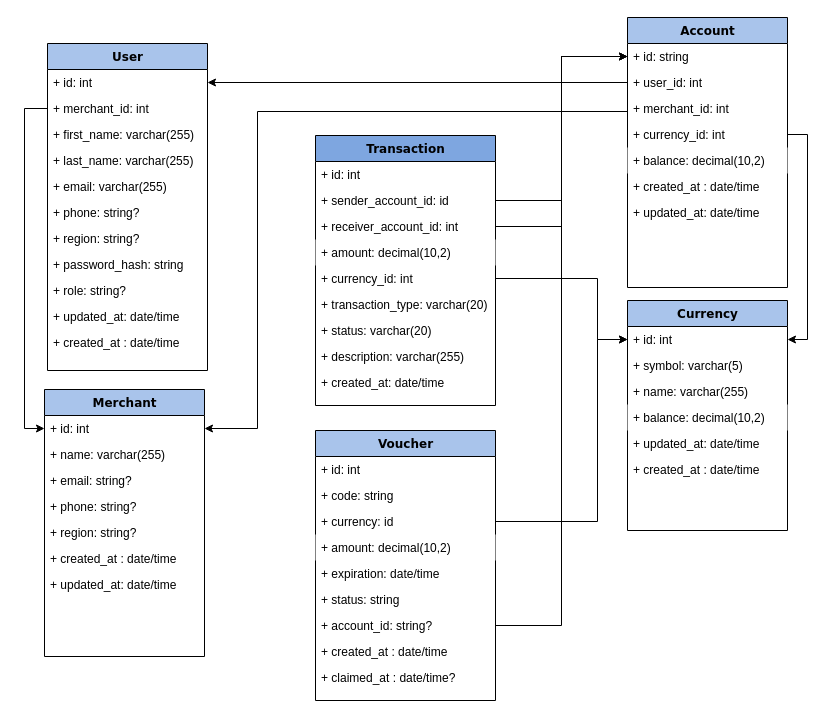
Above: docs/model.drawio in jsomville/open-CES (draw.io), before the change. Source tidied: cells renumbered, new cells numbered last; positions are measured from the earlier drawing's top-left corner, leaving out a move shared by most shapes. Both pictures are drawn from the tidied source at 100%, with x=0, y=0 at pixel (44, 17).
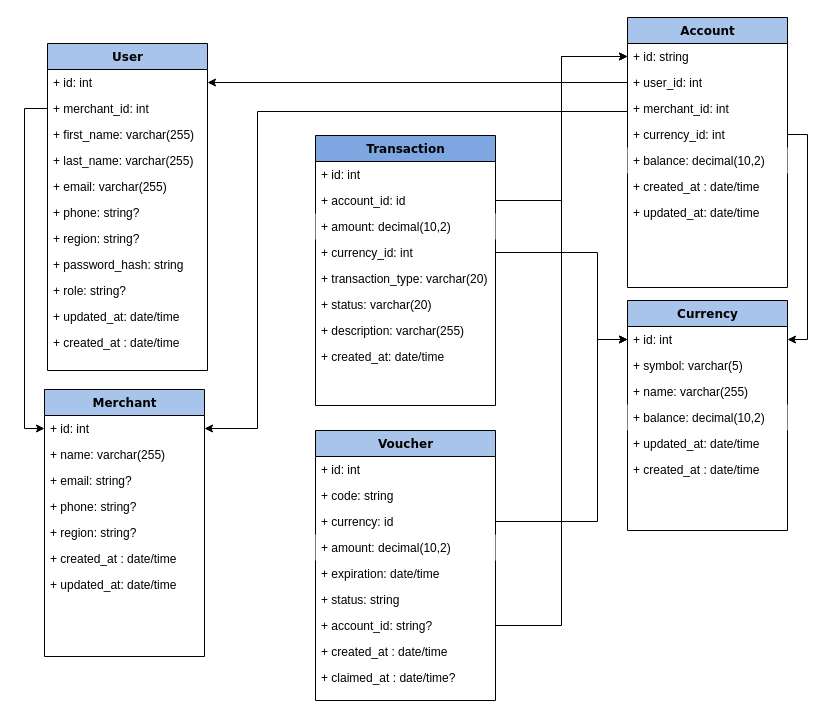
After the change.

Unchanged cells that the change refers to:
```xml
<mxCell id="15" value="+ id: int" style="text;html=1;strokeColor=none;fillColor=none;align=left;verticalAlign=top;spacingLeft=4;spacingRight=4;whiteSpace=wrap;overflow=hidden;points=[[0,0.5],[1,0.5]];portConstraint=eastwest;" parent="14" vertex="1">
  <mxGeometry y="26" width="160" height="26" as="geometry" />
</mxCell>
<mxCell id="22" value="+ id: string" style="text;html=1;strokeColor=none;fillColor=none;align=left;verticalAlign=top;spacingLeft=4;spacingRight=4;whiteSpace=wrap;overflow=hidden;points=[[0,0.5],[1,0.5]];portConstraint=eastwest;" parent="21" vertex="1">
  <mxGeometry y="26" width="160" height="26" as="geometry" />
</mxCell>
<mxCell id="39" value="Transaction" style="swimlane;html=1;fontStyle=1;align=center;verticalAlign=top;horizontal=1;startSize=26;swimlaneFillColor=#ffffff;rounded=0;shadow=0;comic=0;labelBackgroundColor=none;strokeWidth=1;fillColor=#7EA6E0;fontFamily=Verdana;fontSize=12;" parent="1" vertex="1">
  <mxGeometry x="271" y="118" width="180" height="270" as="geometry" />
</mxCell>
```

The edit, as a diff of the source:
```diff
@@
-    <mxCell id="41" value="+ sender_account_id: id" style="text;html=1;strokeColor=none;fillColor=none;align=left;verticalAlign=top;spacingLeft=4;spacingRight=4;whiteSpace=wrap;overflow=hidden;points=[[0,0.5],[1,0.5]];portConstraint=eastwest;" parent="39" vertex="1">
+    <mxCell id="41" value="+ account_id: id" style="text;html=1;strokeColor=none;fillColor=none;align=left;verticalAlign=top;spacingLeft=4;spacingRight=4;whiteSpace=wrap;overflow=hidden;points=[[0,0.5],[1,0.5]];portConstraint=eastwest;" parent="39" vertex="1">
       <mxGeometry y="52" width="180" height="26" as="geometry" />
     </mxCell>
-    <mxCell id="42" value="+ receiver_account_id: int" style="text;html=1;strokeColor=none;fillColor=none;align=left;verticalAlign=top;spacingLeft=4;spacingRight=4;whiteSpace=wrap;overflow=hidden;points=[[0,0.5],[1,0.5]];portConstraint=eastwest;" parent="39" vertex="1">
-      <mxGeometry y="78" width="180" height="26" as="geometry" />
-    </mxCell>
     <mxCell id="43" value="+ amount: decimal(10,2)" style="text;html=1;strokeColor=none;fillColor=#FFFFFF;align=left;verticalAlign=top;spacingLeft=4;spacingRight=4;whiteSpace=wrap;overflow=hidden;" parent="39" vertex="1">
-      <mxGeometry y="104" width="180" height="26" as="geometry" />
+      <mxGeometry y="78" width="180" height="26" as="geometry" />
     </mxCell>
     <mxCell id="44" value="+ currency_id: int" style="text;html=1;strokeColor=none;fillColor=none;align=left;verticalAlign=top;spacingLeft=4;spacingRight=4;whiteSpace=wrap;overflow=hidden;points=[[0,0.5],[1,0.5]];portConstraint=eastwest;" parent="39" vertex="1">
-      <mxGeometry y="130" width="180" height="26" as="geometry" />
+      <mxGeometry y="104" width="180" height="26" as="geometry" />
     </mxCell>
     <mxCell id="45" value="+ transaction_type: varchar(20)" style="text;html=1;strokeColor=none;fillColor=none;align=left;verticalAlign=top;spacingLeft=4;spacingRight=4;whiteSpace=wrap;overflow=hidden;" parent="39" vertex="1">
-      <mxGeometry y="156" width="180" height="26" as="geometry" />
+      <mxGeometry y="130" width="180" height="26" as="geometry" />
     </mxCell>
     <mxCell id="46" value="+ status: varchar(20)" style="text;html=1;strokeColor=none;fillColor=none;align=left;verticalAlign=top;spacingLeft=4;spacingRight=4;whiteSpace=wrap;overflow=hidden;" parent="39" vertex="1">
-      <mxGeometry y="182" width="180" height="26" as="geometry" />
+      <mxGeometry y="156" width="180" height="26" as="geometry" />
     </mxCell>
     <mxCell id="47" value="+ description: varchar(255)" style="text;html=1;strokeColor=none;fillColor=none;align=left;verticalAlign=top;spacingLeft=4;spacingRight=4;whiteSpace=wrap;overflow=hidden;" parent="39" vertex="1">
-      <mxGeometry y="208" width="180" height="26" as="geometry" />
+      <mxGeometry y="182" width="180" height="26" as="geometry" />
     </mxCell>
     <mxCell id="48" value="+ created_at: date/time" style="text;html=1;strokeColor=none;fillColor=none;align=left;verticalAlign=top;spacingLeft=4;spacingRight=4;whiteSpace=wrap;overflow=hidden;" parent="39" vertex="1">
-      <mxGeometry y="234" width="180" height="26" as="geometry" />
+      <mxGeometry y="208" width="180" height="26" as="geometry" />
     </mxCell>
@@
-    <mxCell id="50" style="edgeStyle=orthogonalEdgeStyle;rounded=0;jettySize=auto;html=1;entryX=0;entryY=0.5;entryDx=0;entryDy=0;" parent="1" edge="1" source="42" target="22">
-      <mxGeometry relative="1" as="geometry" />
-    </mxCell>
@@
     <mxCell id="62" style="edgeStyle=orthogonalEdgeStyle;rounded=0;jettySize=auto;html=1;entryX=0;entryY=0.5;entryDx=0;entryDy=0;" parent="1" edge="1" source="44" target="15">
       <mxGeometry relative="1" as="geometry">
         <Array as="points">
-          <mxPoint x="553" y="261" />
+          <mxPoint x="553" y="235" />
           <mxPoint x="553" y="322" />
         </Array>
       </mxGeometry>
     </mxCell>
```
